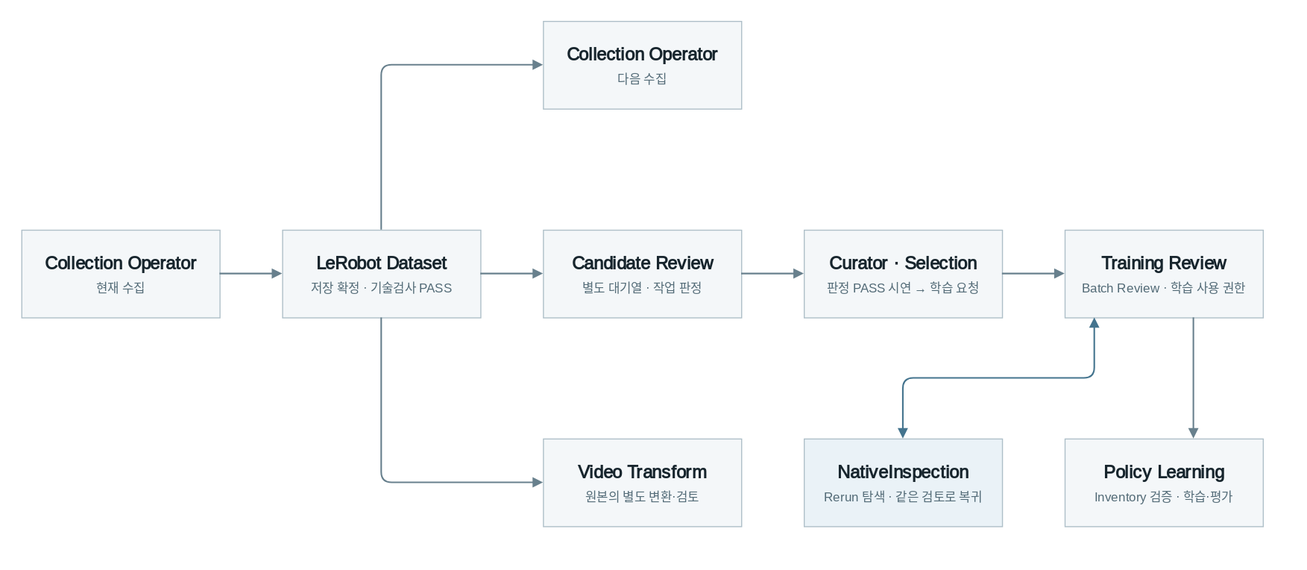
Earlier version of the draw.io export docs/portfolio/dependencies.drawio.svg (hasemu1211/fr5-lerobot-connector). Source tidied: cells renumbered, new cells last; positions are measured from the earlier drawing's top-left corner, leaving out a move shared by most shapes. Source of this version:
```xml
<mxGraphModel>
  <root>
    <mxCell id="0" />
    <mxCell id="1" parent="0" />
    <mxCell id="2" value="&lt;div style=&quot;text-align:center;line-height:1.65&quot;&gt;&lt;b style=&quot;font-size:17px&quot;&gt;Collection Operator&lt;/b&gt;&lt;br&gt;&lt;span style=&quot;font-size:12px;color:#536b77&quot;&gt;현재 수집&lt;/span&gt;&lt;/div&gt;" style="html=1;whiteSpace=wrap;fontFamily=Noto Sans CJK KR;fontColor=#17252d;align=center;verticalAlign=middle;spacing=0;fillColor=#f4f7f9;strokeColor=#aebfc8;" parent="1" vertex="1">
      <mxGeometry y="200" width="190" height="84" as="geometry" />
    </mxCell>
    <mxCell id="3" value="&lt;div style=&quot;text-align:center;line-height:1.65&quot;&gt;&lt;b style=&quot;font-size:17px&quot;&gt;LeRobot Dataset&lt;/b&gt;&lt;br&gt;&lt;span style=&quot;font-size:12px;color:#536b77&quot;&gt;저장 확정 · 기술검사 PASS&lt;/span&gt;&lt;/div&gt;" style="html=1;whiteSpace=wrap;fontFamily=Noto Sans CJK KR;fontColor=#17252d;align=center;verticalAlign=middle;spacing=0;fillColor=#f4f7f9;strokeColor=#aebfc8;" parent="1" vertex="1">
      <mxGeometry x="250" y="200" width="190" height="84" as="geometry" />
    </mxCell>
    <mxCell id="4" value="&lt;div style=&quot;text-align:center;line-height:1.65&quot;&gt;&lt;b style=&quot;font-size:17px&quot;&gt;Collection Operator&lt;/b&gt;&lt;br&gt;&lt;span style=&quot;font-size:12px;color:#536b77&quot;&gt;다음 수집&lt;/span&gt;&lt;/div&gt;" style="html=1;whiteSpace=wrap;fontFamily=Noto Sans CJK KR;fontColor=#17252d;align=center;verticalAlign=middle;spacing=0;fillColor=#f4f7f9;strokeColor=#aebfc8;" parent="1" vertex="1">
      <mxGeometry x="500" width="190" height="84" as="geometry" />
    </mxCell>
    <mxCell id="5" value="&lt;div style=&quot;text-align:center;line-height:1.65&quot;&gt;&lt;b style=&quot;font-size:17px&quot;&gt;Candidate Review&lt;/b&gt;&lt;br&gt;&lt;span style=&quot;font-size:12px;color:#536b77&quot;&gt;별도 대기열 · 작업 판정&lt;/span&gt;&lt;/div&gt;" style="html=1;whiteSpace=wrap;fontFamily=Noto Sans CJK KR;fontColor=#17252d;align=center;verticalAlign=middle;spacing=0;fillColor=#f4f7f9;strokeColor=#aebfc8;" parent="1" vertex="1">
      <mxGeometry x="500" y="200" width="190" height="84" as="geometry" />
    </mxCell>
    <mxCell id="6" value="&lt;div style=&quot;text-align:center;line-height:1.65&quot;&gt;&lt;b style=&quot;font-size:17px&quot;&gt;Video Transform&lt;/b&gt;&lt;br&gt;&lt;span style=&quot;font-size:12px;color:#536b77&quot;&gt;원본의 별도 변환·검토&lt;/span&gt;&lt;/div&gt;" style="html=1;whiteSpace=wrap;fontFamily=Noto Sans CJK KR;fontColor=#17252d;align=center;verticalAlign=middle;spacing=0;fillColor=#f4f7f9;strokeColor=#aebfc8;" parent="1" vertex="1">
      <mxGeometry x="500" y="400" width="190" height="84" as="geometry" />
    </mxCell>
    <mxCell id="7" value="&lt;div style=&quot;text-align:center;line-height:1.65&quot;&gt;&lt;b style=&quot;font-size:17px&quot;&gt;Curator · Selection&lt;/b&gt;&lt;br&gt;&lt;span style=&quot;font-size:12px;color:#536b77&quot;&gt;판정 PASS 시연 → 학습 요청&lt;/span&gt;&lt;/div&gt;" style="html=1;whiteSpace=wrap;fontFamily=Noto Sans CJK KR;fontColor=#17252d;align=center;verticalAlign=middle;spacing=0;fillColor=#f4f7f9;strokeColor=#aebfc8;" parent="1" vertex="1">
      <mxGeometry x="750" y="200" width="190" height="84" as="geometry" />
    </mxCell>
    <mxCell id="8" value="&lt;div style=&quot;text-align:center;line-height:1.65&quot;&gt;&lt;b style=&quot;font-size:17px&quot;&gt;Training Review&lt;/b&gt;&lt;br&gt;&lt;span style=&quot;font-size:12px;color:#536b77&quot;&gt;Batch Review · 학습 사용 권한&lt;/span&gt;&lt;/div&gt;" style="html=1;whiteSpace=wrap;fontFamily=Noto Sans CJK KR;fontColor=#17252d;align=center;verticalAlign=middle;spacing=0;fillColor=#f4f7f9;strokeColor=#aebfc8;" parent="1" vertex="1">
      <mxGeometry x="1000" y="200" width="190" height="84" as="geometry" />
    </mxCell>
    <mxCell id="9" value="&lt;div style=&quot;text-align:center;line-height:1.65&quot;&gt;&lt;b style=&quot;font-size:17px&quot;&gt;NativeInspection&lt;/b&gt;&lt;br&gt;&lt;span style=&quot;font-size:12px;color:#536b77&quot;&gt;Rerun 탐색 · 같은 검토로 복귀&lt;/span&gt;&lt;/div&gt;" style="html=1;whiteSpace=wrap;fontFamily=Noto Sans CJK KR;fontColor=#17252d;align=center;verticalAlign=middle;spacing=0;fillColor=#eaf2f7;strokeColor=#aebfc8;" parent="1" vertex="1">
      <mxGeometry x="750" y="400" width="190" height="84" as="geometry" />
    </mxCell>
    <mxCell id="10" value="&lt;div style=&quot;text-align:center;line-height:1.65&quot;&gt;&lt;b style=&quot;font-size:17px&quot;&gt;Policy Learning&lt;/b&gt;&lt;br&gt;&lt;span style=&quot;font-size:12px;color:#536b77&quot;&gt;Inventory 검증 · 학습·평가&lt;/span&gt;&lt;/div&gt;" style="html=1;whiteSpace=wrap;fontFamily=Noto Sans CJK KR;fontColor=#17252d;align=center;verticalAlign=middle;spacing=0;fillColor=#f4f7f9;strokeColor=#aebfc8;" parent="1" vertex="1">
      <mxGeometry x="1000" y="400" width="190" height="84" as="geometry" />
    </mxCell>
    <mxCell id="11" style="html=1;whiteSpace=wrap;fontFamily=Noto Sans CJK KR;fontColor=#17252d;align=center;verticalAlign=middle;spacing=0;edgeStyle=orthogonalEdgeStyle;endArrow=block;endFill=1;strokeColor=#68808d;strokeWidth=1.5;exitX=1;exitY=0.5;entryX=0;entryY=0.5;" parent="1" edge="1" source="2" target="3">
      <mxGeometry relative="1" as="geometry" />
    </mxCell>
    <mxCell id="12" style="html=1;whiteSpace=wrap;fontFamily=Noto Sans CJK KR;fontColor=#17252d;align=center;verticalAlign=middle;spacing=0;edgeStyle=orthogonalEdgeStyle;endArrow=block;endFill=1;strokeColor=#68808d;strokeWidth=1.5;exitX=0.5;exitY=0;entryX=0;entryY=0.5;" parent="1" edge="1" source="3" target="4">
      <mxGeometry relative="1" as="geometry" />
    </mxCell>
    <mxCell id="13" style="html=1;whiteSpace=wrap;fontFamily=Noto Sans CJK KR;fontColor=#17252d;align=center;verticalAlign=middle;spacing=0;edgeStyle=orthogonalEdgeStyle;endArrow=block;endFill=1;strokeColor=#68808d;strokeWidth=1.5;exitX=1;exitY=0.5;entryX=0;entryY=0.5;" parent="1" edge="1" source="3" target="5">
      <mxGeometry relative="1" as="geometry" />
    </mxCell>
    <mxCell id="14" style="html=1;whiteSpace=wrap;fontFamily=Noto Sans CJK KR;fontColor=#17252d;align=center;verticalAlign=middle;spacing=0;edgeStyle=orthogonalEdgeStyle;endArrow=block;endFill=1;strokeColor=#68808d;strokeWidth=1.5;exitX=0.5;exitY=1;entryX=0;entryY=0.5;" parent="1" edge="1" source="3" target="6">
      <mxGeometry relative="1" as="geometry" />
    </mxCell>
    <mxCell id="15" style="html=1;whiteSpace=wrap;fontFamily=Noto Sans CJK KR;fontColor=#17252d;align=center;verticalAlign=middle;spacing=0;edgeStyle=orthogonalEdgeStyle;endArrow=block;endFill=1;strokeColor=#68808d;strokeWidth=1.5;exitX=1;exitY=0.5;entryX=0;entryY=0.5;" parent="1" edge="1" source="5" target="7">
      <mxGeometry relative="1" as="geometry" />
    </mxCell>
    <mxCell id="16" style="html=1;whiteSpace=wrap;fontFamily=Noto Sans CJK KR;fontColor=#17252d;align=center;verticalAlign=middle;spacing=0;edgeStyle=orthogonalEdgeStyle;endArrow=block;endFill=1;strokeColor=#68808d;strokeWidth=1.5;exitX=1;exitY=0.5;entryX=0;entryY=0.5;" parent="1" edge="1" source="7" target="8">
      <mxGeometry relative="1" as="geometry" />
    </mxCell>
    <mxCell id="17" style="html=1;whiteSpace=wrap;fontFamily=Noto Sans CJK KR;fontColor=#17252d;align=center;verticalAlign=middle;spacing=0;edgeStyle=orthogonalEdgeStyle;endArrow=block;endFill=1;strokeColor=#68808d;strokeWidth=1.5;exitX=0.65;exitY=1;entryX=0.65;entryY=0;" parent="1" edge="1" source="8" target="10">
      <mxGeometry relative="1" as="geometry" />
    </mxCell>
    <mxCell id="18" style="html=1;whiteSpace=wrap;fontFamily=Noto Sans CJK KR;fontColor=#17252d;align=center;verticalAlign=middle;spacing=0;edgeStyle=orthogonalEdgeStyle;endArrow=block;endFill=1;strokeColor=#68808d;strokeWidth=1.5;exitX=0.15;exitY=1;entryX=0.5;entryY=0;startArrow=block;startFill=1;strokeColor=#44748e;" parent="1" edge="1" source="8" target="9">
      <mxGeometry relative="1" as="geometry" />
    </mxCell>
  </root>
</mxGraphModel>
```
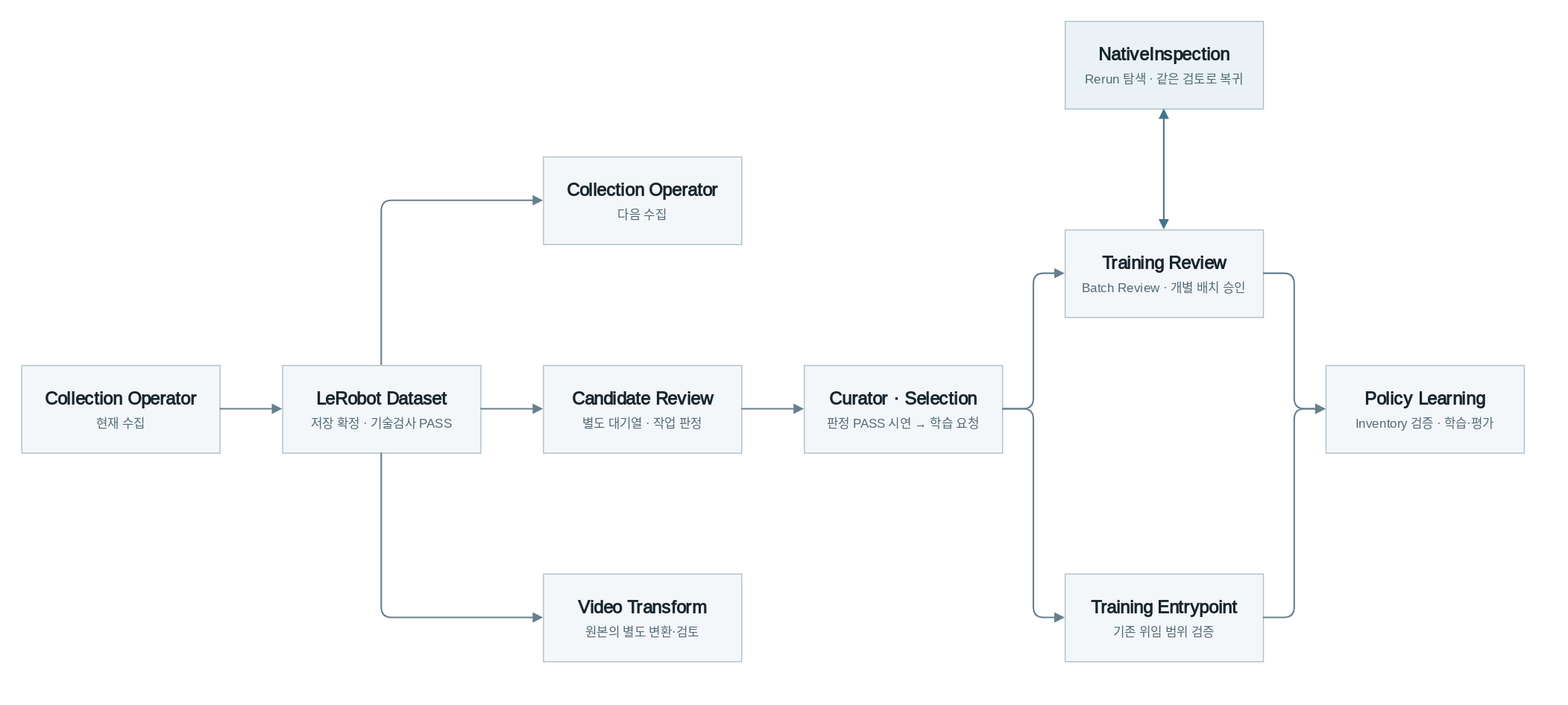
After the change.

Change to the diagram source:
```diff
@@ -20,14 +20,17 @@
     <mxCell id="7" value="&lt;div style=&quot;text-align:center;line-height:1.65&quot;&gt;&lt;b style=&quot;font-size:17px&quot;&gt;Curator · Selection&lt;/b&gt;&lt;br&gt;&lt;span style=&quot;font-size:12px;color:#536b77&quot;&gt;판정 PASS 시연 → 학습 요청&lt;/span&gt;&lt;/div&gt;" style="html=1;whiteSpace=wrap;fontFamily=Noto Sans CJK KR;fontColor=#17252d;align=center;verticalAlign=middle;spacing=0;fillColor=#f4f7f9;strokeColor=#aebfc8;" parent="1" vertex="1">
       <mxGeometry x="750" y="200" width="190" height="84" as="geometry" />
     </mxCell>
-    <mxCell id="8" value="&lt;div style=&quot;text-align:center;line-height:1.65&quot;&gt;&lt;b style=&quot;font-size:17px&quot;&gt;Training Review&lt;/b&gt;&lt;br&gt;&lt;span style=&quot;font-size:12px;color:#536b77&quot;&gt;Batch Review · 학습 사용 권한&lt;/span&gt;&lt;/div&gt;" style="html=1;whiteSpace=wrap;fontFamily=Noto Sans CJK KR;fontColor=#17252d;align=center;verticalAlign=middle;spacing=0;fillColor=#f4f7f9;strokeColor=#aebfc8;" parent="1" vertex="1">
-      <mxGeometry x="1000" y="200" width="190" height="84" as="geometry" />
+    <mxCell id="8" value="&lt;div style=&quot;text-align:center;line-height:1.65&quot;&gt;&lt;b style=&quot;font-size:17px&quot;&gt;Training Review&lt;/b&gt;&lt;br&gt;&lt;span style=&quot;font-size:12px;color:#536b77&quot;&gt;Batch Review · 개별 배치 승인&lt;/span&gt;&lt;/div&gt;" style="html=1;whiteSpace=wrap;fontFamily=Noto Sans CJK KR;fontColor=#17252d;align=center;verticalAlign=middle;spacing=0;fillColor=#f4f7f9;strokeColor=#aebfc8;" parent="1" vertex="1">
+      <mxGeometry x="1000" y="70" width="190" height="84" as="geometry" />
     </mxCell>
+    <mxCell id="19" value="&lt;div style=&quot;text-align:center;line-height:1.65&quot;&gt;&lt;b style=&quot;font-size:17px&quot;&gt;Training Entrypoint&lt;/b&gt;&lt;br&gt;&lt;span style=&quot;font-size:12px;color:#536b77&quot;&gt;기존 위임 범위 검증&lt;/span&gt;&lt;/div&gt;" style="html=1;whiteSpace=wrap;fontFamily=Noto Sans CJK KR;fontColor=#17252d;align=center;verticalAlign=middle;spacing=0;fillColor=#f4f7f9;strokeColor=#aebfc8;" parent="1" vertex="1">
+      <mxGeometry x="1000" y="400" width="190" height="84" as="geometry" />
+    </mxCell>
     <mxCell id="9" value="&lt;div style=&quot;text-align:center;line-height:1.65&quot;&gt;&lt;b style=&quot;font-size:17px&quot;&gt;NativeInspection&lt;/b&gt;&lt;br&gt;&lt;span style=&quot;font-size:12px;color:#536b77&quot;&gt;Rerun 탐색 · 같은 검토로 복귀&lt;/span&gt;&lt;/div&gt;" style="html=1;whiteSpace=wrap;fontFamily=Noto Sans CJK KR;fontColor=#17252d;align=center;verticalAlign=middle;spacing=0;fillColor=#eaf2f7;strokeColor=#aebfc8;" parent="1" vertex="1">
-      <mxGeometry x="750" y="400" width="190" height="84" as="geometry" />
+      <mxGeometry x="1000" y="-130" width="190" height="84" as="geometry" />
     </mxCell>
     <mxCell id="10" value="&lt;div style=&quot;text-align:center;line-height:1.65&quot;&gt;&lt;b style=&quot;font-size:17px&quot;&gt;Policy Learning&lt;/b&gt;&lt;br&gt;&lt;span style=&quot;font-size:12px;color:#536b77&quot;&gt;Inventory 검증 · 학습·평가&lt;/span&gt;&lt;/div&gt;" style="html=1;whiteSpace=wrap;fontFamily=Noto Sans CJK KR;fontColor=#17252d;align=center;verticalAlign=middle;spacing=0;fillColor=#f4f7f9;strokeColor=#aebfc8;" parent="1" vertex="1">
-      <mxGeometry x="1000" y="400" width="190" height="84" as="geometry" />
+      <mxGeometry x="1250" y="200" width="190" height="84" as="geometry" />
     </mxCell>
     <mxCell id="11" style="html=1;whiteSpace=wrap;fontFamily=Noto Sans CJK KR;fontColor=#17252d;align=center;verticalAlign=middle;spacing=0;edgeStyle=orthogonalEdgeStyle;endArrow=block;endFill=1;strokeColor=#68808d;strokeWidth=1.5;exitX=1;exitY=0.5;entryX=0;entryY=0.5;" parent="1" edge="1" source="2" target="3">
       <mxGeometry relative="1" as="geometry" />
@@ -47,10 +50,16 @@
     <mxCell id="16" style="html=1;whiteSpace=wrap;fontFamily=Noto Sans CJK KR;fontColor=#17252d;align=center;verticalAlign=middle;spacing=0;edgeStyle=orthogonalEdgeStyle;endArrow=block;endFill=1;strokeColor=#68808d;strokeWidth=1.5;exitX=1;exitY=0.5;entryX=0;entryY=0.5;" parent="1" edge="1" source="7" target="8">
       <mxGeometry relative="1" as="geometry" />
     </mxCell>
-    <mxCell id="17" style="html=1;whiteSpace=wrap;fontFamily=Noto Sans CJK KR;fontColor=#17252d;align=center;verticalAlign=middle;spacing=0;edgeStyle=orthogonalEdgeStyle;endArrow=block;endFill=1;strokeColor=#68808d;strokeWidth=1.5;exitX=0.65;exitY=1;entryX=0.65;entryY=0;" parent="1" edge="1" source="8" target="10">
+    <mxCell id="17" style="html=1;whiteSpace=wrap;fontFamily=Noto Sans CJK KR;fontColor=#17252d;align=center;verticalAlign=middle;spacing=0;edgeStyle=orthogonalEdgeStyle;endArrow=block;endFill=1;strokeColor=#68808d;strokeWidth=1.5;exitX=1;exitY=0.5;entryX=0;entryY=0.5;" parent="1" edge="1" source="8" target="10">
       <mxGeometry relative="1" as="geometry" />
     </mxCell>
+    <mxCell id="20" style="html=1;whiteSpace=wrap;fontFamily=Noto Sans CJK KR;fontColor=#17252d;align=center;verticalAlign=middle;spacing=0;edgeStyle=orthogonalEdgeStyle;endArrow=block;endFill=1;strokeColor=#68808d;strokeWidth=1.5;exitX=1;exitY=0.5;entryX=0;entryY=0.5;" parent="1" edge="1" source="7" target="19">
+      <mxGeometry relative="1" as="geometry" />
+    </mxCell>
+    <mxCell id="21" style="html=1;whiteSpace=wrap;fontFamily=Noto Sans CJK KR;fontColor=#17252d;align=center;verticalAlign=middle;spacing=0;edgeStyle=orthogonalEdgeStyle;endArrow=block;endFill=1;strokeColor=#68808d;strokeWidth=1.5;exitX=1;exitY=0.5;entryX=0;entryY=0.5;" parent="1" edge="1" source="19" target="10">
+      <mxGeometry relative="1" as="geometry" />
+    </mxCell>
-    <mxCell id="18" style="html=1;whiteSpace=wrap;fontFamily=Noto Sans CJK KR;fontColor=#17252d;align=center;verticalAlign=middle;spacing=0;edgeStyle=orthogonalEdgeStyle;endArrow=block;endFill=1;strokeColor=#68808d;strokeWidth=1.5;exitX=0.15;exitY=1;entryX=0.5;entryY=0;startArrow=block;startFill=1;strokeColor=#44748e;" parent="1" edge="1" source="8" target="9">
+    <mxCell id="18" style="html=1;whiteSpace=wrap;fontFamily=Noto Sans CJK KR;fontColor=#17252d;align=center;verticalAlign=middle;spacing=0;edgeStyle=orthogonalEdgeStyle;endArrow=block;endFill=1;strokeColor=#68808d;strokeWidth=1.5;exitX=0.5;exitY=0;entryX=0.5;entryY=1;startArrow=block;startFill=1;strokeColor=#44748e;" parent="1" edge="1" source="8" target="9">
       <mxGeometry relative="1" as="geometry" />
     </mxCell>
   </root>
```
